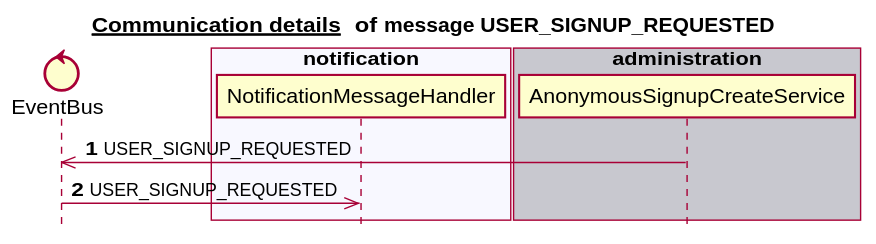
Earlier version of the PlantUML export docs/latest/images/gen_domain_messaging_user_signup_requested.svg (mercedes-benz/sechub). The source it was exported from:
```plantuml
@startuml


title __Communication details __ of **message USER_SIGNUP_REQUESTED**
skinparam style strictuml


control EventBus
box "scan" #C8C8CF
end box
box "schedule" #F8F8FF
end box
box "authorization" #C8C8CF
end box
box "notification" #F8F8FF
   participant NotificationMessageHandler
end box
box "administration" #C8C8CF
   participant AnonymousSignupCreateService
end box
autonumber 1
AnonymousSignupCreateService ->> EventBus:USER_SIGNUP_REQUESTED
EventBus ->> NotificationMessageHandler:USER_SIGNUP_REQUESTED
autonumber stop


@enduml
```
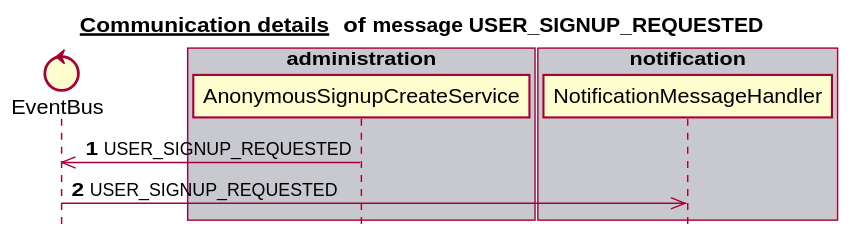
Later version of the same file.

Diff of the diagram source:
```diff
@@ -6,17 +6,17 @@
 
 
 control EventBus
-box "scan" #C8C8CF
+box "authorization" #C8C8CF
+end box
+box "scan" #F8F8FF
+end box
+box "administration" #C8C8CF
+   participant AnonymousSignupCreateService
 end box
 box "schedule" #F8F8FF
 end box
-box "authorization" #C8C8CF
-end box
-box "notification" #F8F8FF
+box "notification" #C8C8CF
    participant NotificationMessageHandler
-end box
-box "administration" #C8C8CF
-   participant AnonymousSignupCreateService
 end box
 autonumber 1
 AnonymousSignupCreateService ->> EventBus:USER_SIGNUP_REQUESTED
```
